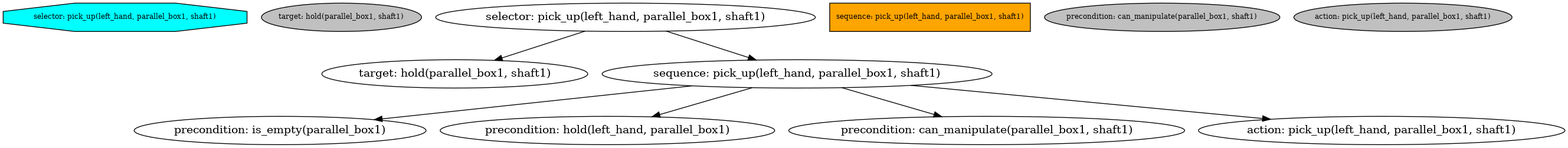
ProNeverFake/kios keeps this Graphviz diagram as selector_pick_upleft_hand_parallel_box1_shaft1.png. Above is the earlier version. Its source is kept beside it as selector_pick_upleft_hand_parallel_box1_shaft1.dot.
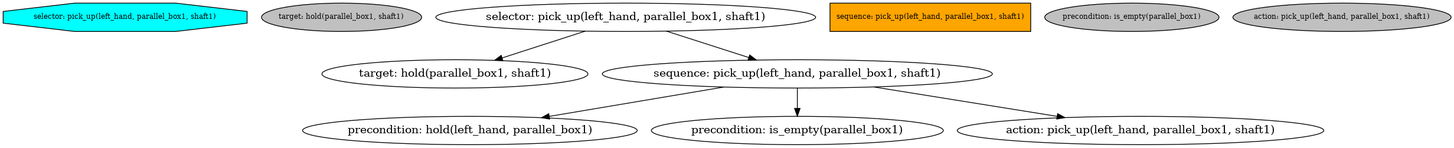
After the commit.

Diff of the diagram source:
```diff
@@ -8,12 +8,10 @@
 "selector: pick_up(left_hand, parallel_box1, shaft1)" -> "target: hold(parallel_box1, shaft1)";
 sequence [fillcolor=orange, fontcolor=black, fontsize=9, label="sequence: pick_up(left_hand, parallel_box1, shaft1)", shape=box, style=filled];
 "selector: pick_up(left_hand, parallel_box1, shaft1)" -> "sequence: pick_up(left_hand, parallel_box1, shaft1)";
+precondition [fillcolor=gray, fontcolor=black, fontsize=9, label="precondition: hold(left_hand, parallel_box1)", shape=ellipse, style=filled];
+"sequence: pick_up(left_hand, parallel_box1, shaft1)" -> "precondition: hold(left_hand, parallel_box1)";
 precondition [fillcolor=gray, fontcolor=black, fontsize=9, label="precondition: is_empty(parallel_box1)", shape=ellipse, style=filled];
 "sequence: pick_up(left_hand, parallel_box1, shaft1)" -> "precondition: is_empty(parallel_box1)";
-precondition [fillcolor=gray, fontcolor=black, fontsize=9, label="precondition: hold(left_hand, parallel_box1)", shape=ellipse, style=filled];
-"sequence: pick_up(left_hand, parallel_box1, shaft1)" -> "precondition: hold(left_hand, parallel_box1)";
-precondition [fillcolor=gray, fontcolor=black, fontsize=9, label="precondition: can_manipulate(parallel_box1, shaft1)", shape=ellipse, style=filled];
-"sequence: pick_up(left_hand, parallel_box1, shaft1)" -> "precondition: can_manipulate(parallel_box1, shaft1)";
 action [fillcolor=gray, fontcolor=black, fontsize=9, label="action: pick_up(left_hand, parallel_box1, shaft1)", shape=ellipse, style=filled];
 "sequence: pick_up(left_hand, parallel_box1, shaft1)" -> "action: pick_up(left_hand, parallel_box1, shaft1)";
 }
```
